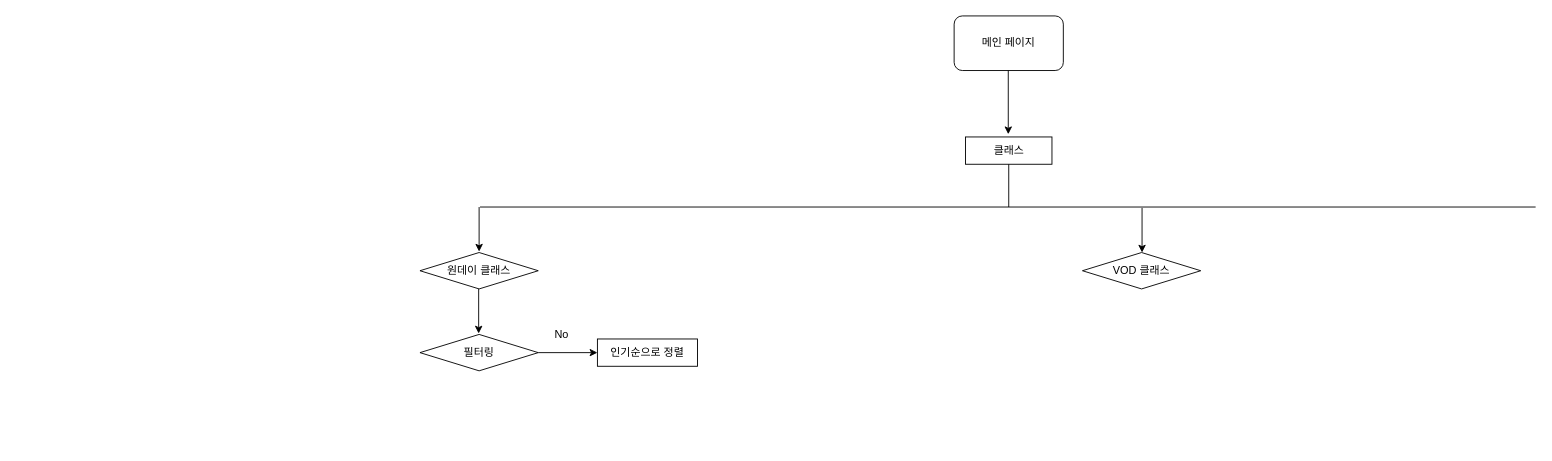
Above: Diagram_yewon.drawio in eunjun9/semiproject (draw.io), before the change. Source tidied: cells renumbered, new cells numbered last; positions are measured from the earlier drawing's top-left corner, leaving out a move shared by most shapes. Both pictures are drawn from the tidied source at 91%, with x=0, y=0 at pixel (420, 15).
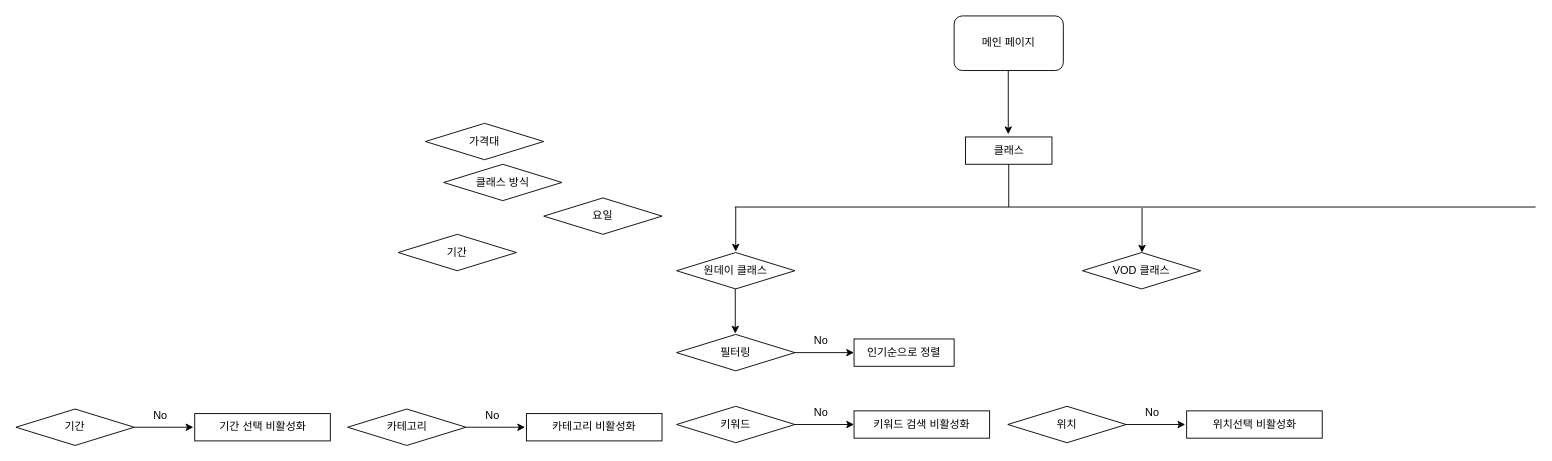
Above is the later version.

Change to the diagram source:
```diff
@@
     <mxCell id="6" value="원데이 클래스" style="rhombus;whiteSpace=wrap;html=1;" parent="1" vertex="1">
-      <mxGeometry y="260" width="130" height="40" as="geometry" />
+      <mxGeometry x="282" y="260" width="130" height="40" as="geometry" />
     </mxCell>
@@
     <mxCell id="8" style="endArrow=none;html=1;" parent="1" edge="1">
       <mxGeometry relative="1" as="geometry">
-        <mxPoint x="66" y="210" as="sourcePoint" />
+        <mxPoint x="346" y="210" as="sourcePoint" />
         <mxPoint x="1226" y="210" as="targetPoint" />
       </mxGeometry>
     </mxCell>
     <mxCell id="9" style="endArrow=classic;html=1;" parent="1" edge="1">
       <mxGeometry relative="1" as="geometry">
-        <mxPoint x="65" y="210" as="sourcePoint" />
-        <mxPoint x="65" y="259" as="targetPoint" />
+        <mxPoint x="347" y="210" as="sourcePoint" />
+        <mxPoint x="347" y="259" as="targetPoint" />
       </mxGeometry>
     </mxCell>
@@
     <mxCell id="11" value="인기순으로 정렬" style="rounded=0;whiteSpace=wrap;html=1;" parent="1" vertex="1">
-      <mxGeometry x="195" y="355" width="110" height="30" as="geometry" />
+      <mxGeometry x="477" y="355" width="110" height="30" as="geometry" />
     </mxCell>
     <mxCell id="12" value="필터링" style="rhombus;whiteSpace=wrap;html=1;" parent="1" vertex="1">
-      <mxGeometry y="350" width="130" height="40" as="geometry" />
+      <mxGeometry x="282" y="350" width="130" height="40" as="geometry" />
     </mxCell>
     <mxCell id="13" style="endArrow=classic;html=1;" parent="1" edge="1">
       <mxGeometry relative="1" as="geometry">
-        <mxPoint x="64.5" y="300" as="sourcePoint" />
-        <mxPoint x="64.5" y="349" as="targetPoint" />
+        <mxPoint x="346.5" y="300" as="sourcePoint" />
+        <mxPoint x="346.5" y="349" as="targetPoint" />
       </mxGeometry>
     </mxCell>
     <mxCell id="14" style="endArrow=classic;html=1;exitX=1;exitY=0.5;exitDx=0;exitDy=0;" parent="1" edge="1" source="12">
       <mxGeometry relative="1" as="geometry">
-        <mxPoint x="195" y="370" as="targetPoint" />
+        <mxPoint x="477" y="370" as="targetPoint" />
       </mxGeometry>
     </mxCell>
     <mxCell id="15" value="No" style="text;html=1;strokeColor=none;fillColor=none;align=center;verticalAlign=middle;whiteSpace=wrap;rounded=0;" parent="1" vertex="1">
-      <mxGeometry x="136" y="340" width="40" height="20" as="geometry" />
+      <mxGeometry x="421" y="347" width="40" height="20" as="geometry" />
     </mxCell>
+    <mxCell id="16" value="키워드" style="rhombus;whiteSpace=wrap;html=1;" parent="1" vertex="1">
+      <mxGeometry x="282" y="429" width="130" height="40" as="geometry" />
+    </mxCell>
+    <mxCell id="17" value="기간" style="rhombus;whiteSpace=wrap;html=1;" parent="1" vertex="1">
+      <mxGeometry x="-24" y="240" width="130" height="40" as="geometry" />
+    </mxCell>
+    <mxCell id="18" value="가격대" style="rhombus;whiteSpace=wrap;html=1;" parent="1" vertex="1">
+      <mxGeometry x="6" y="118" width="130" height="40" as="geometry" />
+    </mxCell>
+    <mxCell id="19" value="클래스 방식" style="rhombus;whiteSpace=wrap;html=1;" parent="1" vertex="1">
+      <mxGeometry x="26" y="163" width="130" height="40" as="geometry" />
+    </mxCell>
+    <mxCell id="20" value="요일" style="rhombus;whiteSpace=wrap;html=1;" parent="1" vertex="1">
+      <mxGeometry x="136" y="200" width="130" height="40" as="geometry" />
+    </mxCell>
+    <mxCell id="21" value="키워드 검색 비활성화" style="rounded=0;whiteSpace=wrap;html=1;" parent="1" vertex="1">
+      <mxGeometry x="477" y="434" width="149" height="30" as="geometry" />
+    </mxCell>
+    <mxCell id="22" style="endArrow=classic;html=1;exitX=1;exitY=0.5;exitDx=0;exitDy=0;" parent="1" edge="1">
+      <mxGeometry relative="1" as="geometry">
+        <mxPoint x="412" y="449" as="sourcePoint" />
+        <mxPoint x="477" y="449" as="targetPoint" />
+      </mxGeometry>
+    </mxCell>
+    <mxCell id="23" value="No" style="text;html=1;strokeColor=none;fillColor=none;align=center;verticalAlign=middle;whiteSpace=wrap;rounded=0;" parent="1" vertex="1">
+      <mxGeometry x="421" y="426" width="40" height="20" as="geometry" />
+    </mxCell>
+    <mxCell id="24" value="위치" style="rhombus;whiteSpace=wrap;html=1;" parent="1" vertex="1">
+      <mxGeometry x="646" y="429" width="130" height="40" as="geometry" />
+    </mxCell>
+    <mxCell id="25" style="endArrow=classic;html=1;exitX=1;exitY=0.5;exitDx=0;exitDy=0;" parent="1" edge="1">
+      <mxGeometry relative="1" as="geometry">
+        <mxPoint x="776" y="449" as="sourcePoint" />
+        <mxPoint x="841" y="449" as="targetPoint" />
+      </mxGeometry>
+    </mxCell>
+    <mxCell id="26" value="No" style="text;html=1;strokeColor=none;fillColor=none;align=center;verticalAlign=middle;whiteSpace=wrap;rounded=0;" parent="1" vertex="1">
+      <mxGeometry x="785" y="426" width="40" height="20" as="geometry" />
+    </mxCell>
+    <mxCell id="27" value="위치선택 비활성화" style="rounded=0;whiteSpace=wrap;html=1;" parent="1" vertex="1">
+      <mxGeometry x="842.5" y="434" width="149" height="30" as="geometry" />
+    </mxCell>
+    <mxCell id="28" value="카테고리" style="rhombus;whiteSpace=wrap;html=1;" parent="1" vertex="1">
+      <mxGeometry x="-79.5" y="432" width="130" height="40" as="geometry" />
+    </mxCell>
+    <mxCell id="29" style="endArrow=classic;html=1;exitX=1;exitY=0.5;exitDx=0;exitDy=0;" parent="1" edge="1">
+      <mxGeometry relative="1" as="geometry">
+        <mxPoint x="50.5" y="452" as="sourcePoint" />
+        <mxPoint x="115.5" y="452" as="targetPoint" />
+      </mxGeometry>
+    </mxCell>
+    <mxCell id="30" value="No" style="text;html=1;strokeColor=none;fillColor=none;align=center;verticalAlign=middle;whiteSpace=wrap;rounded=0;" parent="1" vertex="1">
+      <mxGeometry x="59.5" y="429" width="40" height="20" as="geometry" />
+    </mxCell>
+    <mxCell id="31" value="카테고리 비활성화" style="rounded=0;whiteSpace=wrap;html=1;" parent="1" vertex="1">
+      <mxGeometry x="117" y="437" width="149" height="30" as="geometry" />
+    </mxCell>
+    <mxCell id="32" value="기간" style="rhombus;whiteSpace=wrap;html=1;" parent="1" vertex="1">
+      <mxGeometry x="-444" y="432" width="130" height="40" as="geometry" />
+    </mxCell>
+    <mxCell id="33" style="endArrow=classic;html=1;exitX=1;exitY=0.5;exitDx=0;exitDy=0;" parent="1" edge="1">
+      <mxGeometry relative="1" as="geometry">
+        <mxPoint x="-314" y="452" as="sourcePoint" />
+        <mxPoint x="-249" y="452" as="targetPoint" />
+      </mxGeometry>
+    </mxCell>
+    <mxCell id="34" value="No" style="text;html=1;strokeColor=none;fillColor=none;align=center;verticalAlign=middle;whiteSpace=wrap;rounded=0;" parent="1" vertex="1">
+      <mxGeometry x="-305" y="429" width="40" height="20" as="geometry" />
+    </mxCell>
+    <mxCell id="35" value="기간 선택 비활성화" style="rounded=0;whiteSpace=wrap;html=1;" parent="1" vertex="1">
+      <mxGeometry x="-247.5" y="437" width="149" height="30" as="geometry" />
+    </mxCell>
```
